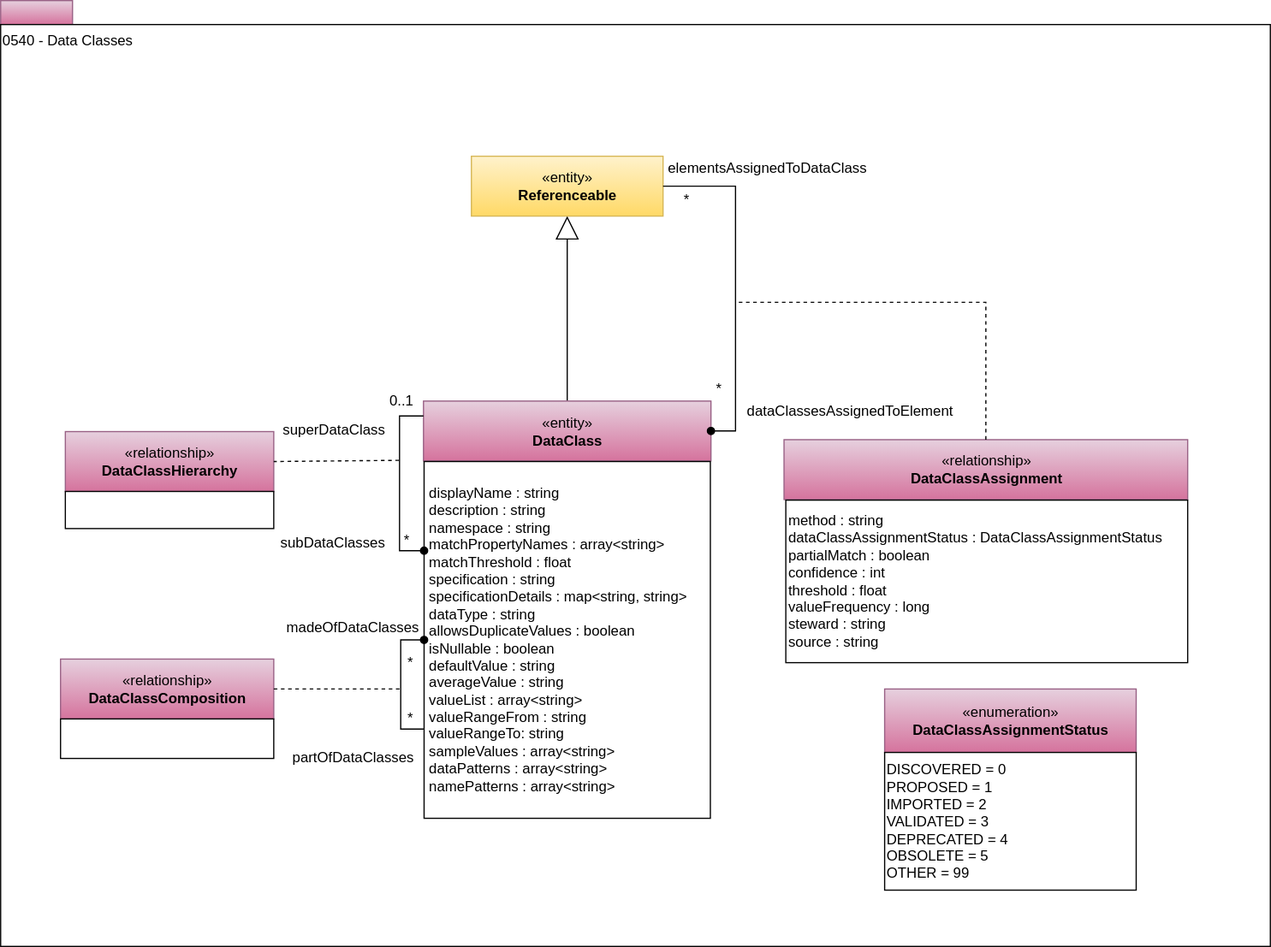
This is site/docs/types/5/0540-Data-Classes.svg from odpi/egeria-docs, a draw.io export, as it was before one commit. Source tidied: cells renumbered, new cells last; positions are measured from the earlier drawing's top-left corner, leaving out a move shared by most shapes.
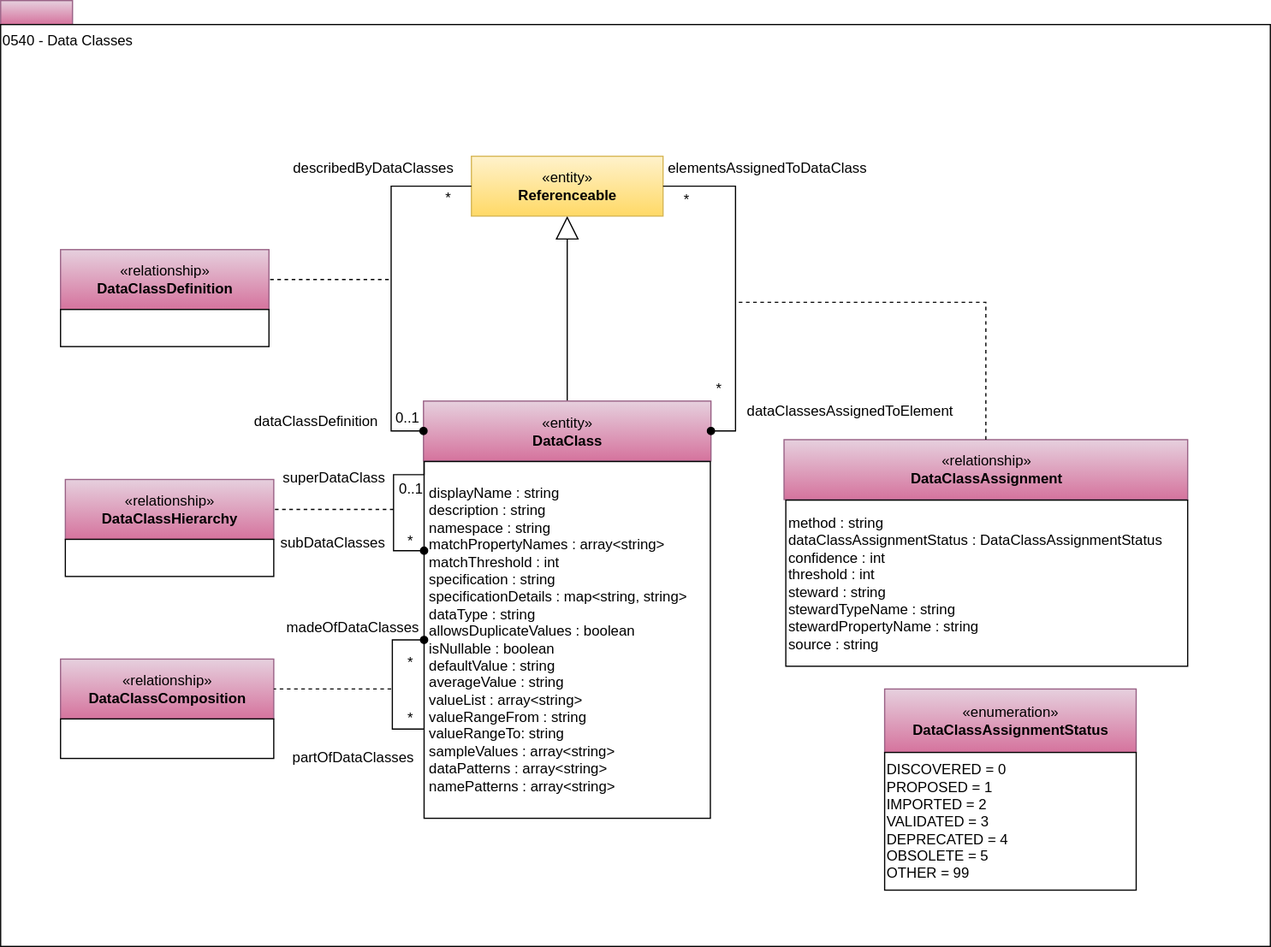
The same diagram one commit later.

The edit, as a diff of the source:
```diff
@@ -14,22 +14,22 @@
     <mxCell id="5" value="«entity»&lt;br&gt;&lt;b&gt;DataClass&lt;/b&gt;" style="html=1;strokeColor=#996185;align=center;fillColor=#e6d0de;gradientColor=#d5739d;" parent="1" vertex="1">
       <mxGeometry x="353" y="334.5" width="240" height="50" as="geometry" />
     </mxCell>
-    <mxCell id="6" value="&lt;span&gt;displayName : string&lt;/span&gt;&lt;br&gt;&lt;span&gt;description : string&lt;/span&gt;&lt;br&gt;&lt;span&gt;namespace : string&lt;/span&gt;&lt;div&gt;matchPropertyNames : array&amp;lt;string&amp;gt;&lt;/div&gt;&lt;div&gt;&lt;div&gt;matchThreshold : float&lt;/div&gt;&lt;div&gt;&lt;/div&gt;&lt;span&gt;specification : string&lt;/span&gt;&lt;br&gt;&lt;span&gt;specificationDetails : map&amp;lt;string, string&amp;gt;&lt;/span&gt;&lt;div&gt;&lt;span&gt;dataType : string&lt;/span&gt;&lt;/div&gt;&lt;div&gt;&lt;span style=&quot;background-color: transparent; color: light-dark(rgb(0, 0, 0), rgb(255, 255, 255));&quot;&gt;allowsDuplicateValues : boolean&lt;/span&gt;&lt;/div&gt;&lt;div&gt;&lt;span style=&quot;background-color: transparent; color: light-dark(rgb(0, 0, 0), rgb(255, 255, 255));&quot;&gt;isNullable : boolean&lt;/span&gt;&lt;/div&gt;&lt;div&gt;&lt;div&gt;&lt;/div&gt;&lt;/div&gt;&lt;div&gt;&lt;span style=&quot;background-color: transparent; color: light-dark(rgb(0, 0, 0), rgb(255, 255, 255));&quot;&gt;defaultValue : string&lt;/span&gt;&lt;br&gt;&lt;/div&gt;&lt;div&gt;&lt;span style=&quot;background-color: transparent; color: light-dark(rgb(0, 0, 0), rgb(255, 255, 255));&quot;&gt;averageValue : string&lt;/span&gt;&lt;/div&gt;&lt;div&gt;valueList : array&amp;lt;string&amp;gt;&lt;/div&gt;&lt;div&gt;valueRangeFrom : string&lt;/div&gt;&lt;div&gt;valueRangeTo: string&lt;/div&gt;&lt;div&gt;sampleValues : array&amp;lt;string&amp;gt;&lt;br&gt;dataPatterns : array&amp;lt;string&amp;gt;&lt;br&gt;namePatterns : array&amp;lt;string&amp;gt;&lt;span&gt;&lt;/span&gt;&lt;/div&gt;&lt;/div&gt;" style="rounded=0;whiteSpace=wrap;html=1;strokeColor=#000000;gradientColor=#ffffff;align=left;spacingLeft=2;" parent="1" vertex="1">
+    <mxCell id="6" value="&lt;span&gt;displayName : string&lt;/span&gt;&lt;br&gt;&lt;span&gt;description : string&lt;/span&gt;&lt;br&gt;&lt;span&gt;namespace : string&lt;/span&gt;&lt;div&gt;matchPropertyNames : array&amp;lt;string&amp;gt;&lt;/div&gt;&lt;div&gt;&lt;div&gt;matchThreshold : int&lt;/div&gt;&lt;div&gt;&lt;/div&gt;&lt;span&gt;specification : string&lt;/span&gt;&lt;br&gt;&lt;span&gt;specificationDetails : map&amp;lt;string, string&amp;gt;&lt;/span&gt;&lt;div&gt;&lt;span&gt;dataType : string&lt;/span&gt;&lt;/div&gt;&lt;div&gt;&lt;span style=&quot;background-color: transparent; color: light-dark(rgb(0, 0, 0), rgb(255, 255, 255));&quot;&gt;allowsDuplicateValues : boolean&lt;/span&gt;&lt;/div&gt;&lt;div&gt;&lt;span style=&quot;background-color: transparent; color: light-dark(rgb(0, 0, 0), rgb(255, 255, 255));&quot;&gt;isNullable : boolean&lt;/span&gt;&lt;/div&gt;&lt;div&gt;&lt;div&gt;&lt;/div&gt;&lt;/div&gt;&lt;div&gt;&lt;span style=&quot;background-color: transparent; color: light-dark(rgb(0, 0, 0), rgb(255, 255, 255));&quot;&gt;defaultValue : string&lt;/span&gt;&lt;br&gt;&lt;/div&gt;&lt;div&gt;&lt;span style=&quot;background-color: transparent; color: light-dark(rgb(0, 0, 0), rgb(255, 255, 255));&quot;&gt;averageValue : string&lt;/span&gt;&lt;/div&gt;&lt;div&gt;valueList : array&amp;lt;string&amp;gt;&lt;/div&gt;&lt;div&gt;valueRangeFrom : string&lt;/div&gt;&lt;div&gt;valueRangeTo: string&lt;/div&gt;&lt;div&gt;sampleValues : array&amp;lt;string&amp;gt;&lt;br&gt;dataPatterns : array&amp;lt;string&amp;gt;&lt;br&gt;namePatterns : array&amp;lt;string&amp;gt;&lt;span&gt;&lt;/span&gt;&lt;/div&gt;&lt;/div&gt;" style="rounded=0;whiteSpace=wrap;html=1;strokeColor=#000000;gradientColor=#ffffff;align=left;spacingLeft=2;" parent="1" vertex="1">
       <mxGeometry x="353.5" y="385" width="239" height="298" as="geometry" />
     </mxCell>
     <mxCell id="7" value="«entity»&lt;br&gt;&lt;b&gt;Referenceable&lt;/b&gt;" style="html=1;strokeColor=#d6b656;align=center;fillColor=#fff2cc;gradientColor=#ffd966;" parent="1" vertex="1">
       <mxGeometry x="393" y="130" width="160" height="50" as="geometry" />
     </mxCell>
     <mxCell id="8" value="«relationship»&lt;br&gt;&lt;b&gt;DataClassHierarchy&lt;/b&gt;" style="html=1;strokeColor=#996185;align=center;fillColor=#e6d0de;gradientColor=#d5739d;" parent="1" vertex="1">
-      <mxGeometry x="54" y="360" width="174" height="50" as="geometry" />
+      <mxGeometry x="54" y="400" width="174" height="50" as="geometry" />
     </mxCell>
     <mxCell id="9" style="endArrow=none;dashed=1;html=1;entryX=1;entryY=0.5;" parent="1" edge="1" target="8">
       <mxGeometry relative="1" as="geometry">
-        <mxPoint x="332.5" y="384" as="sourcePoint" />
+        <mxPoint x="328" y="425" as="sourcePoint" />
       </mxGeometry>
     </mxCell>
     <mxCell id="10" style="rounded=0;whiteSpace=wrap;html=1;strokeColor=#000000;gradientColor=#ffffff;align=center;" parent="1" vertex="1">
-      <mxGeometry x="54" y="410" width="174" height="31" as="geometry" />
+      <mxGeometry x="54" y="450" width="174" height="31" as="geometry" />
     </mxCell>
     <mxCell id="11" value="*" style="text;html=1;strokeColor=none;fillColor=none;align=center;verticalAlign=middle;whiteSpace=wrap;rounded=0;" parent="1" vertex="1">
       <mxGeometry x="553" y="156.5" width="40" height="20" as="geometry" />
@@ -52,8 +52,8 @@
     <mxCell id="17" value="«relationship»&lt;br&gt;&lt;b&gt;DataClassAssignment&lt;/b&gt;" style="html=1;strokeColor=#996185;align=center;fillColor=#e6d0de;gradientColor=#d5739d;" parent="1" vertex="1">
       <mxGeometry x="654" y="366.8" width="337" height="50" as="geometry" />
     </mxCell>
-    <mxCell id="18" value="&lt;span&gt;method : string&lt;/span&gt;&lt;br&gt;&lt;span&gt;dataClassAssignmentStatus : DataClassAssignmentStatus&lt;/span&gt;&lt;br&gt;&lt;span&gt;partialMatch : boolean&lt;/span&gt;&lt;br&gt;&lt;span&gt;confidence : int&lt;/span&gt;&lt;br&gt;&lt;span&gt;threshold : float&lt;/span&gt;&lt;br&gt;&lt;span&gt;valueFrequency : long&lt;/span&gt;&lt;br&gt;&lt;span&gt;steward : string&lt;/span&gt;&lt;br&gt;&lt;span&gt;source : string&lt;/span&gt;" style="rounded=0;whiteSpace=wrap;html=1;strokeColor=#000000;gradientColor=#ffffff;align=left;" parent="1" vertex="1">
-      <mxGeometry x="655.5" y="417.2" width="335.5" height="135.8" as="geometry" />
+    <mxCell id="18" value="&lt;span&gt;method : string&lt;/span&gt;&lt;br&gt;&lt;span&gt;dataClassAssignmentStatus : DataClassAssignmentStatus&lt;/span&gt;&lt;br&gt;&lt;span&gt;confidence : int&lt;/span&gt;&lt;br&gt;&lt;span&gt;threshold : int&lt;/span&gt;&lt;br&gt;&lt;span&gt;steward : string&lt;/span&gt;&lt;div&gt;stewardTypeName : string&lt;/div&gt;&lt;div&gt;stewardPropertyName : string&lt;br&gt;&lt;span&gt;source : string&lt;/span&gt;&lt;/div&gt;" style="rounded=0;whiteSpace=wrap;html=1;strokeColor=#000000;gradientColor=#ffffff;align=left;" parent="1" vertex="1">
+      <mxGeometry x="655.5" y="417.2" width="335.5" height="138.8" as="geometry" />
     </mxCell>
     <mxCell id="19" style="endArrow=none;dashed=1;html=1;exitX=0.5;exitY=0;exitDx=0;exitDy=0;rounded=0;edgeStyle=orthogonalEdgeStyle;" parent="1" edge="1" source="17">
       <mxGeometry relative="1" as="geometry">
@@ -68,20 +68,20 @@
     </mxCell>
     <mxCell id="21" style="endArrow=none;dashed=1;html=1;entryX=1;entryY=0.5;" parent="1" edge="1" target="20">
       <mxGeometry relative="1" as="geometry">
-        <mxPoint x="333" y="575" as="sourcePoint" />
+        <mxPoint x="326" y="575" as="sourcePoint" />
       </mxGeometry>
     </mxCell>
     <mxCell id="22" style="rounded=0;whiteSpace=wrap;html=1;strokeColor=#000000;gradientColor=#ffffff;align=left;" parent="1" vertex="1">
       <mxGeometry x="50" y="600" width="178" height="33" as="geometry" />
     </mxCell>
     <mxCell id="23" value="superDataClass" style="text;html=1;align=left;verticalAlign=top;spacingTop=-4;" parent="1" vertex="1">
-      <mxGeometry x="234" y="349" width="95" height="14" as="geometry" />
+      <mxGeometry x="234" y="389" width="95" height="14" as="geometry" />
     </mxCell>
     <mxCell id="24" value="0..1" style="text;html=1;align=left;verticalAlign=top;spacingTop=-4;" parent="1" vertex="1">
-      <mxGeometry x="323" y="325" width="30" height="14" as="geometry" />
+      <mxGeometry x="330.5" y="398" width="30" height="14" as="geometry" />
     </mxCell>
     <mxCell id="25" value="*" style="text;html=1;align=left;verticalAlign=top;spacingTop=-4;" parent="1" vertex="1">
-      <mxGeometry x="335" y="441" width="15" height="14" as="geometry" />
+      <mxGeometry x="338" y="442" width="15" height="14" as="geometry" />
     </mxCell>
     <mxCell id="26" value="subDataClasses" style="text;html=1;align=left;verticalAlign=top;spacingTop=-4;" parent="1" vertex="1">
       <mxGeometry x="232" y="443" width="97" height="14" as="geometry" />
@@ -98,14 +98,20 @@
     <mxCell id="30" value="partOfDataClasses" style="text;html=1;align=left;verticalAlign=top;spacingTop=-4;" parent="1" vertex="1">
       <mxGeometry x="241.5" y="622.5" width="111" height="14" as="geometry" />
     </mxCell>
-    <mxCell id="31" style="edgeStyle=orthogonalEdgeStyle;rounded=0;jettySize=auto;html=1;exitX=0;exitY=0.25;exitDx=0;exitDy=0;entryX=0;entryY=0.25;entryDx=0;entryDy=0;endArrow=oval;endFill=1;" parent="1" edge="1" source="5" target="6">
-      <mxGeometry relative="1" as="geometry" />
+    <mxCell id="31" style="edgeStyle=orthogonalEdgeStyle;rounded=0;orthogonalLoop=1;jettySize=auto;html=1;exitX=0;exitY=0;exitDx=0;exitDy=0;entryX=0;entryY=0.25;entryDx=0;entryDy=0;endArrow=oval;endFill=1;" parent="1" edge="1" source="6" target="6">
+      <mxGeometry relative="1" as="geometry">
+        <Array as="points">
+          <mxPoint x="354" y="396" />
+          <mxPoint x="328" y="396" />
+          <mxPoint x="328" y="460" />
+        </Array>
+      </mxGeometry>
     </mxCell>
     <mxCell id="32" style="edgeStyle=orthogonalEdgeStyle;rounded=0;orthogonalLoop=1;jettySize=auto;html=1;exitX=0;exitY=0.5;exitDx=0;exitDy=0;entryX=0;entryY=0.75;entryDx=0;entryDy=0;endArrow=none;endFill=0;startArrow=oval;startFill=1;" parent="1" edge="1" source="6" target="6">
       <mxGeometry relative="1" as="geometry">
         <Array as="points">
-          <mxPoint x="334" y="534" />
-          <mxPoint x="334" y="609" />
+          <mxPoint x="327" y="534" />
+          <mxPoint x="327" y="609" />
         </Array>
       </mxGeometry>
     </mxCell>
@@ -117,5 +123,36 @@
         </Array>
       </mxGeometry>
     </mxCell>
+    <mxCell id="34" style="edgeStyle=orthogonalEdgeStyle;rounded=0;jettySize=auto;html=1;exitX=0;exitY=0.5;exitDx=0;exitDy=0;entryX=0;entryY=0.5;entryDx=0;entryDy=0;endArrow=oval;endFill=1;" parent="1" edge="1" source="7" target="5">
+      <mxGeometry relative="1" as="geometry">
+        <Array as="points">
+          <mxPoint x="326" y="155" />
+          <mxPoint x="326" y="360" />
+        </Array>
+      </mxGeometry>
+    </mxCell>
+    <mxCell id="35" value="0..1" style="text;html=1;align=left;verticalAlign=top;spacingTop=-4;" parent="1" vertex="1">
+      <mxGeometry x="327.5" y="339" width="30" height="14" as="geometry" />
+    </mxCell>
+    <mxCell id="36" value="*" style="text;html=1;strokeColor=none;fillColor=none;align=center;verticalAlign=middle;whiteSpace=wrap;rounded=0;" parent="1" vertex="1">
+      <mxGeometry x="353.5" y="155" width="40" height="20" as="geometry" />
+    </mxCell>
+    <mxCell id="37" value="describedByDataClasses" style="text;html=1;strokeColor=none;fillColor=none;align=center;verticalAlign=middle;whiteSpace=wrap;rounded=0;" parent="1" vertex="1">
+      <mxGeometry x="239" y="130" width="145" height="20" as="geometry" />
+    </mxCell>
+    <mxCell id="38" value="dataClassDefinition" style="text;html=1;align=left;verticalAlign=top;spacingTop=-4;" parent="1" vertex="1">
+      <mxGeometry x="209.5" y="342" width="121" height="20" as="geometry" />
+    </mxCell>
+    <mxCell id="39" value="«relationship»&lt;br&gt;&lt;b&gt;DataClassDefinition&lt;/b&gt;" style="html=1;strokeColor=#996185;align=center;fillColor=#e6d0de;gradientColor=#d5739d;" parent="1" vertex="1">
+      <mxGeometry x="50" y="208" width="174" height="50" as="geometry" />
+    </mxCell>
+    <mxCell id="40" style="endArrow=none;dashed=1;html=1;entryX=1;entryY=0.5;" parent="1" edge="1" target="39">
+      <mxGeometry relative="1" as="geometry">
+        <mxPoint x="324" y="233" as="sourcePoint" />
+      </mxGeometry>
+    </mxCell>
+    <mxCell id="41" style="rounded=0;whiteSpace=wrap;html=1;strokeColor=#000000;gradientColor=#ffffff;align=center;" parent="1" vertex="1">
+      <mxGeometry x="50" y="258" width="174" height="31" as="geometry" />
+    </mxCell>
   </root>
 </mxGraphModel>
```
